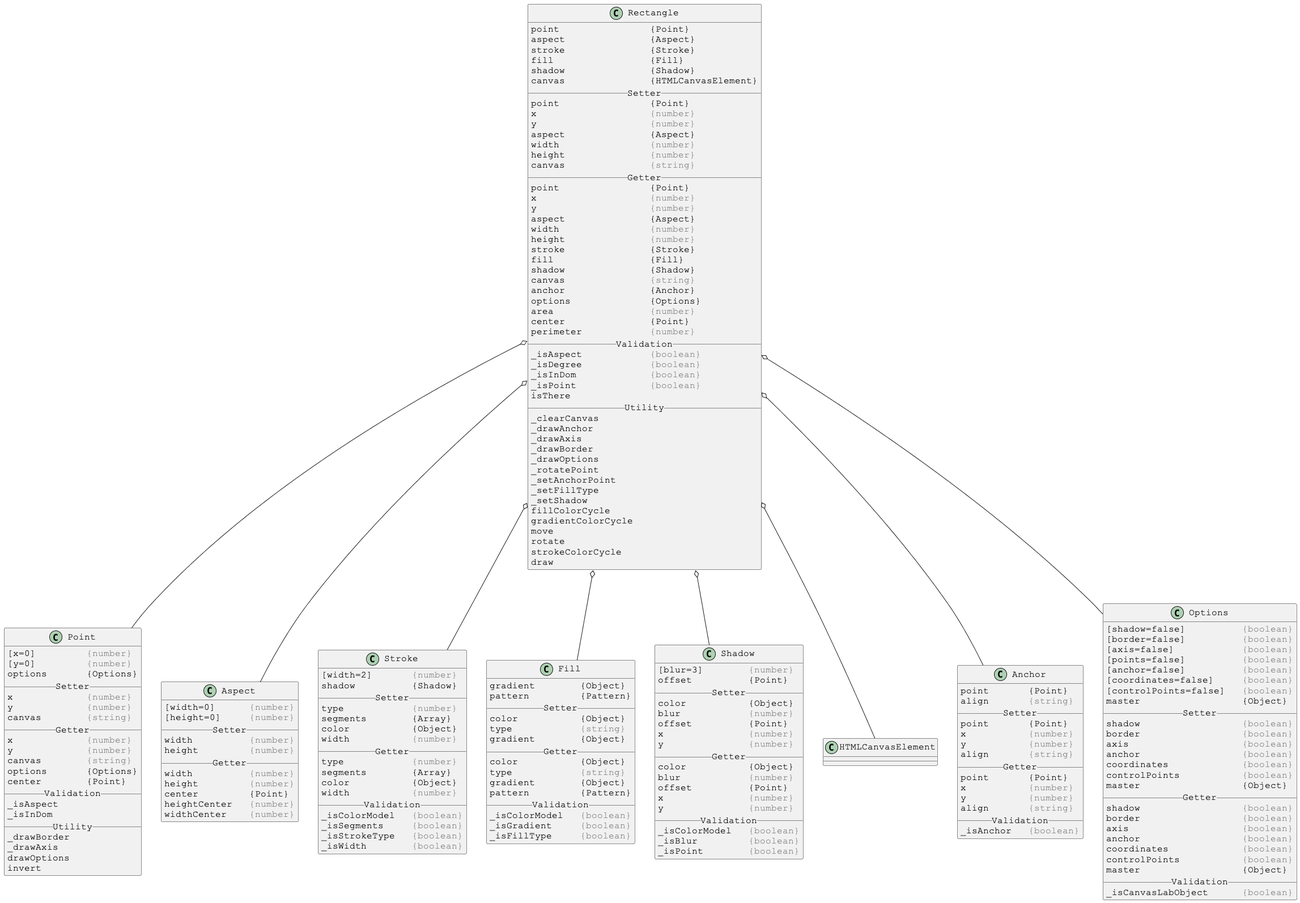
Above: docs/PlantUml/images/linked/Rectangle-linked.png in Justin-Byrne/canvasLab (PlantUML), before the change.
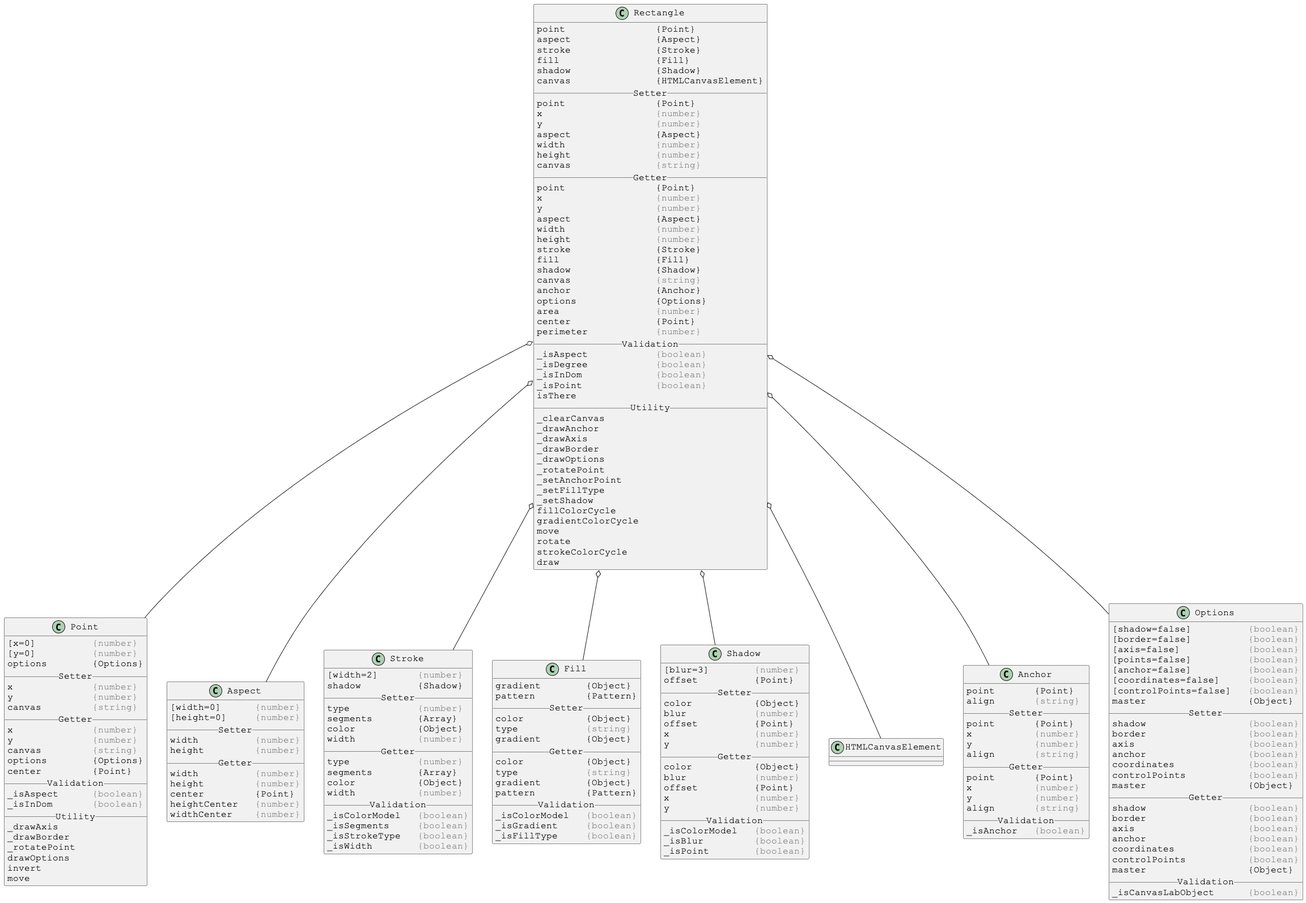
The same diagram one commit later.

What changed in the source:
```diff
@@ -73,27 +73,29 @@
 skinparam DefaultFontName Courier New
 
 class Point {
-[x=0]         <color:gray>{number}</color>
-[y=0]         <color:gray>{number}</color>
-options       {Options}
+[x=0]          <color:gray>{number}</color>
+[y=0]          <color:gray>{number}</color>
+options        {Options}
 __ Setter __
-x             <color:gray>{number}</color>
-y             <color:gray>{number}</color>
-canvas        <color:gray>{string}</color>
+x              <color:gray>{number}</color>
+y              <color:gray>{number}</color>
+canvas         <color:gray>{string}</color>
 __ Getter __
-x             <color:gray>{number}</color>
-y             <color:gray>{number}</color>
-canvas        <color:gray>{string}</color>
-options       {Options}
-center        {Point}
+x              <color:gray>{number}</color>
+y              <color:gray>{number}</color>
+canvas         <color:gray>{string}</color>
+options        {Options}
+center         {Point}
 __ Validation __
-_isAspect
-_isInDom
+_isAspect      <color:gray>{boolean}</color>
+_isInDom       <color:gray>{boolean}</color>
 __ Utility __
+_drawAxis
 _drawBorder
-_drawAxis
+_rotatePoint
 drawOptions
 invert
+move
 }
 
 
```
